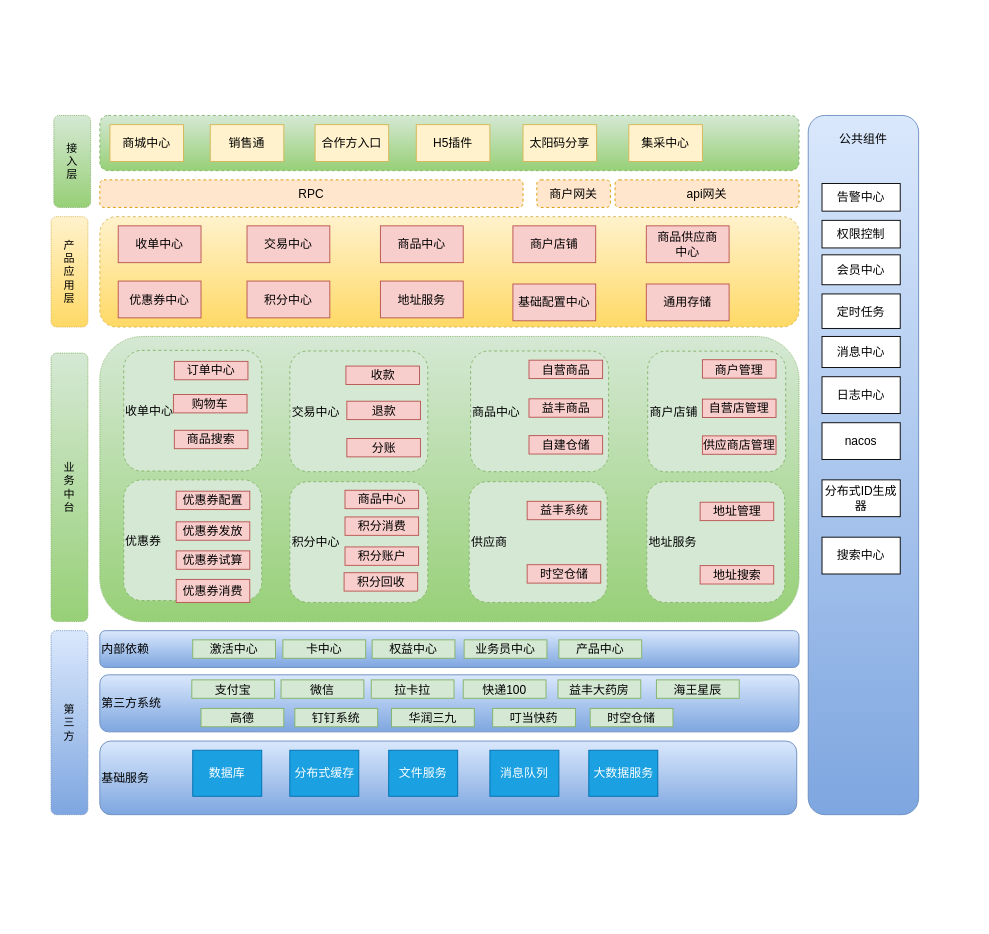
bug254999780/crawler keeps this draw.io diagram as 营销系统架构图.drawio. Above is the earlier version. Source tidied: cells renumbered, new cells numbered last; positions are measured from the earlier drawing's top-left corner, leaving out a move shared by most shapes. Both pictures are drawn from the tidied source at 92%, with x=0, y=0 at pixel (51, 115).
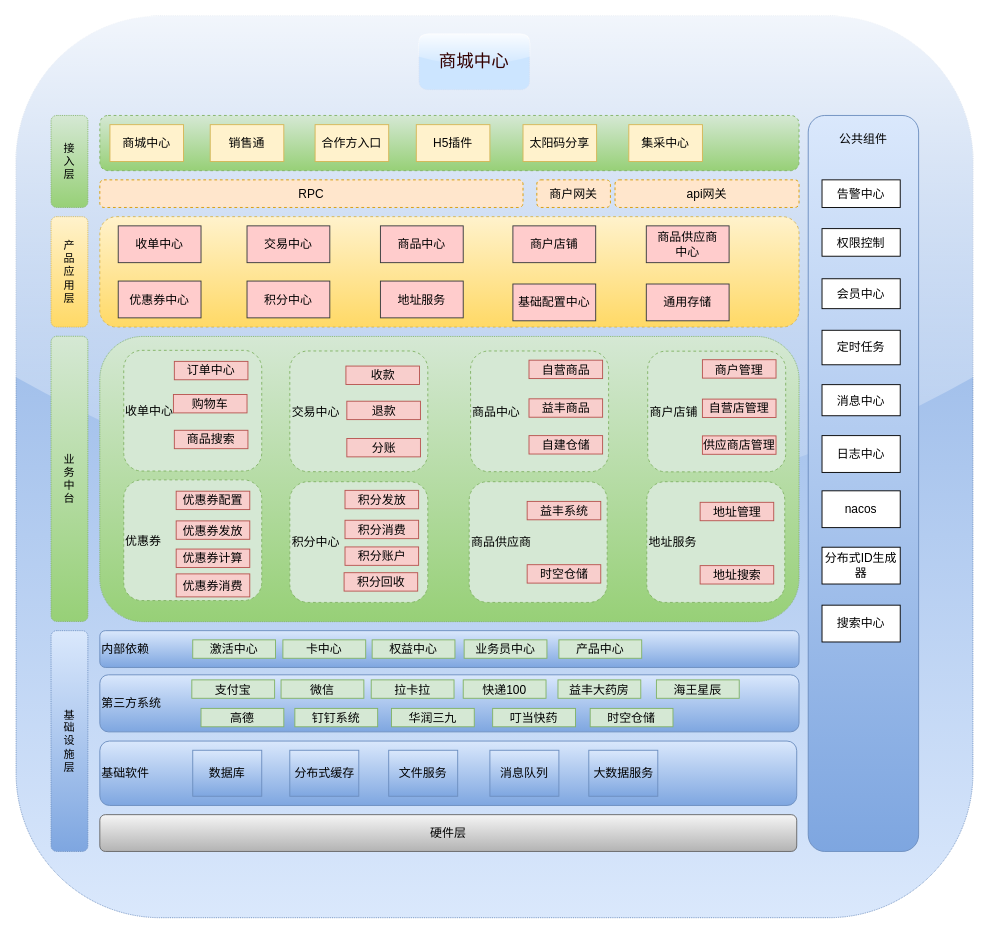
The same page after the edit.

Commit message:
Update 营销系统架构图.drawio

Change to the diagram source:
```diff
@@
+    <mxCell id="95" style="rounded=1;whiteSpace=wrap;html=1;dashed=1;dashPattern=1 1;fillColor=#dae8fc;gradientColor=#7ea6e0;strokeColor=#6c8ebf;gradientDirection=north;glass=1;shadow=0;sketch=0;arcSize=16;" parent="1" vertex="1">
+      <mxGeometry x="-38" y="-108" width="1040" height="980" as="geometry" />
+    </mxCell>
@@
-    <mxCell id="18" value="收单中心" style="rounded=0;whiteSpace=wrap;html=1;fontSize=13;fillColor=#f8cecc;strokeColor=#b85450;" parent="1" vertex="1">
+    <mxCell id="18" value="收单中心" style="rounded=0;whiteSpace=wrap;html=1;fontSize=13;fillColor=#ffcccc;strokeColor=#36393d;" parent="1" vertex="1">
       <mxGeometry x="73" y="120" width="90" height="40" as="geometry" />
     </mxCell>
-    <mxCell id="19" value="商户店铺" style="rounded=0;whiteSpace=wrap;html=1;fontSize=13;fillColor=#f8cecc;strokeColor=#b85450;" parent="1" vertex="1">
+    <mxCell id="19" value="商户店铺" style="rounded=0;whiteSpace=wrap;html=1;fontSize=13;fillColor=#ffcccc;strokeColor=#36393d;" parent="1" vertex="1">
       <mxGeometry x="502" y="120" width="90" height="40" as="geometry" />
     </mxCell>
-    <mxCell id="20" value="商品中心" style="rounded=0;whiteSpace=wrap;html=1;fontSize=13;fillColor=#f8cecc;strokeColor=#b85450;" parent="1" vertex="1">
+    <mxCell id="20" value="商品中心" style="rounded=0;whiteSpace=wrap;html=1;fontSize=13;fillColor=#ffcccc;strokeColor=#36393d;" parent="1" vertex="1">
       <mxGeometry x="358" y="120" width="90" height="40" as="geometry" />
     </mxCell>
@@
     <mxCell id="31" style="rounded=1;whiteSpace=wrap;html=1;fontSize=13;fillColor=#dae8fc;strokeColor=#6c8ebf;gradientColor=#7ea6e0;" parent="1" vertex="1">
-      <mxGeometry x="823" width="120" height="760" as="geometry" />
+      <mxGeometry x="823" width="120" height="800" as="geometry" />
     </mxCell>
@@
     <mxCell id="33" value="告警中心" style="rounded=0;whiteSpace=wrap;html=1;fontSize=13;" parent="1" vertex="1">
-      <mxGeometry x="838" y="74" width="85" height="30" as="geometry" />
+      <mxGeometry x="838" y="70" width="85" height="30" as="geometry" />
     </mxCell>
     <mxCell id="34" value="权限控制" style="rounded=0;whiteSpace=wrap;html=1;fontSize=13;" parent="1" vertex="1">
-      <mxGeometry x="838" y="114" width="85" height="30" as="geometry" />
+      <mxGeometry x="838" y="123" width="85" height="30" as="geometry" />
     </mxCell>
     <mxCell id="35" value="会员中心" style="rounded=0;whiteSpace=wrap;html=1;fontSize=13;" parent="1" vertex="1">
-      <mxGeometry x="838" y="151.5" width="85" height="32.5" as="geometry" />
+      <mxGeometry x="838" y="177.5" width="85" height="32.5" as="geometry" />
     </mxCell>
     <mxCell id="36" value="定时任务" style="rounded=0;whiteSpace=wrap;html=1;fontSize=13;" parent="1" vertex="1">
-      <mxGeometry x="838" y="194" width="85" height="37.5" as="geometry" />
+      <mxGeometry x="838" y="233.5" width="85" height="37.5" as="geometry" />
     </mxCell>
     <mxCell id="37" value="消息中心" style="rounded=0;whiteSpace=wrap;html=1;fontSize=13;" parent="1" vertex="1">
-      <mxGeometry x="838" y="240.2" width="85" height="33.8" as="geometry" />
+      <mxGeometry x="838" y="292.6" width="85" height="33.8" as="geometry" />
     </mxCell>
     <mxCell id="38" value="日志中心" style="rounded=0;whiteSpace=wrap;html=1;fontSize=13;" parent="1" vertex="1">
-      <mxGeometry x="838" y="284" width="85" height="40" as="geometry" />
+      <mxGeometry x="838" y="348" width="85" height="40" as="geometry" />
     </mxCell>
     <mxCell id="39" value="nacos" style="rounded=0;whiteSpace=wrap;html=1;fontSize=13;" parent="1" vertex="1">
-      <mxGeometry x="838" y="334" width="85" height="40" as="geometry" />
+      <mxGeometry x="838" y="408" width="85" height="40" as="geometry" />
     </mxCell>
-    <mxCell id="40" value="交易中心" style="rounded=0;whiteSpace=wrap;html=1;fontSize=13;fillColor=#f8cecc;strokeColor=#b85450;" parent="1" vertex="1">
+    <mxCell id="40" value="交易中心" style="rounded=0;whiteSpace=wrap;html=1;fontSize=13;fillColor=#ffcccc;strokeColor=#36393d;" parent="1" vertex="1">
       <mxGeometry x="213" y="120" width="90" height="40" as="geometry" />
     </mxCell>
-    <mxCell id="41" value="优惠券中心" style="rounded=0;whiteSpace=wrap;html=1;fontSize=13;fillColor=#f8cecc;strokeColor=#b85450;" parent="1" vertex="1">
+    <mxCell id="41" value="优惠券中心" style="rounded=0;whiteSpace=wrap;html=1;fontSize=13;fillColor=#ffcccc;strokeColor=#36393d;" parent="1" vertex="1">
       <mxGeometry x="73" y="180" width="90" height="40" as="geometry" />
     </mxCell>
-    <mxCell id="42" value="积分中心" style="rounded=0;whiteSpace=wrap;html=1;fontSize=13;fillColor=#f8cecc;strokeColor=#b85450;" parent="1" vertex="1">
+    <mxCell id="42" value="积分中心" style="rounded=0;whiteSpace=wrap;html=1;fontSize=13;fillColor=#ffcccc;strokeColor=#36393d;" parent="1" vertex="1">
       <mxGeometry x="213" y="180" width="90" height="40" as="geometry" />
     </mxCell>
-    <mxCell id="43" value="商品供应商&lt;br&gt;中心" style="rounded=0;whiteSpace=wrap;html=1;fontSize=13;fillColor=#f8cecc;strokeColor=#b85450;" parent="1" vertex="1">
+    <mxCell id="43" value="商品供应商&lt;br&gt;中心" style="rounded=0;whiteSpace=wrap;html=1;fontSize=13;fillColor=#ffcccc;strokeColor=#36393d;" parent="1" vertex="1">
       <mxGeometry x="647" y="120" width="90" height="40" as="geometry" />
     </mxCell>
-    <mxCell id="44" value="地址服务" style="rounded=0;whiteSpace=wrap;html=1;fontSize=13;fillColor=#f8cecc;strokeColor=#b85450;" parent="1" vertex="1">
+    <mxCell id="44" value="地址服务" style="rounded=0;whiteSpace=wrap;html=1;fontSize=13;fillColor=#ffcccc;strokeColor=#36393d;" parent="1" vertex="1">
       <mxGeometry x="358" y="180" width="90" height="40" as="geometry" />
     </mxCell>
@@
     <mxCell id="51" value="优惠券发放" style="rounded=0;whiteSpace=wrap;html=1;fontSize=13;fillColor=#f8cecc;strokeColor=#b85450;" parent="1" vertex="1">
-      <mxGeometry x="136" y="441.7" width="80" height="20" as="geometry" />
+      <mxGeometry x="136" y="440.7" width="80" height="20" as="geometry" />
     </mxCell>
     <mxCell id="52" value="优惠券消费" style="rounded=0;whiteSpace=wrap;html=1;fontSize=13;fillColor=#f8cecc;strokeColor=#b85450;" parent="1" vertex="1">
-      <mxGeometry x="136" y="504.3" width="80" height="25" as="geometry" />
+      <mxGeometry x="136" y="498.3" width="80" height="25" as="geometry" />
     </mxCell>
     <mxCell id="53" value="积分消费" style="rounded=0;whiteSpace=wrap;html=1;fontSize=13;fillColor=#f8cecc;strokeColor=#b85450;" parent="1" vertex="1">
-      <mxGeometry x="319.5" y="436.4" width="80" height="20" as="geometry" />
+      <mxGeometry x="319.5" y="440" width="80" height="20" as="geometry" />
     </mxCell>
@@
-    <mxCell id="55" value="优惠券试算" style="rounded=0;whiteSpace=wrap;html=1;fontSize=13;fillColor=#f8cecc;strokeColor=#b85450;" parent="1" vertex="1">
-      <mxGeometry x="136" y="473.3" width="80" height="20" as="geometry" />
+    <mxCell id="55" value="优惠券计算" style="rounded=0;whiteSpace=wrap;html=1;fontSize=13;fillColor=#f8cecc;strokeColor=#b85450;" parent="1" vertex="1">
+      <mxGeometry x="136" y="471.3" width="80" height="20" as="geometry" />
     </mxCell>
@@
-    <mxCell id="58" value="供应商" style="rounded=1;whiteSpace=wrap;html=1;fontSize=13;align=left;fillColor=#d5e8d4;strokeColor=#82b366;dashed=1;" parent="1" vertex="1">
+    <mxCell id="58" value="商品供应商" style="rounded=1;whiteSpace=wrap;html=1;fontSize=13;align=left;fillColor=#d5e8d4;strokeColor=#82b366;dashed=1;" parent="1" vertex="1">
       <mxGeometry x="454.5" y="398.1" width="150" height="131.2" as="geometry" />
     </mxCell>
     <mxCell id="59" value="益丰系统" style="rounded=0;whiteSpace=wrap;html=1;fontSize=13;fillColor=#f8cecc;strokeColor=#b85450;" parent="1" vertex="1">
-      <mxGeometry x="517.5" y="419.4" width="80" height="20" as="geometry" />
+      <mxGeometry x="517.5" y="419.5" width="80" height="20" as="geometry" />
     </mxCell>
@@
-    <mxCell id="61" value="基础配置中心" style="rounded=0;whiteSpace=wrap;html=1;fontSize=13;fillColor=#f8cecc;strokeColor=#b85450;" parent="1" vertex="1">
+    <mxCell id="61" value="基础配置中心" style="rounded=0;whiteSpace=wrap;html=1;fontSize=13;fillColor=#ffcccc;strokeColor=#36393d;" parent="1" vertex="1">
       <mxGeometry x="502" y="183.2" width="90" height="40" as="geometry" />
     </mxCell>
-    <mxCell id="62" value="通用存储" style="rounded=0;whiteSpace=wrap;html=1;fontSize=13;fillColor=#f8cecc;strokeColor=#b85450;" parent="1" vertex="1">
+    <mxCell id="62" value="通用存储" style="rounded=0;whiteSpace=wrap;html=1;fontSize=13;fillColor=#ffcccc;strokeColor=#36393d;" parent="1" vertex="1">
       <mxGeometry x="647" y="183.2" width="90" height="40" as="geometry" />
     </mxCell>
@@
     <mxCell id="64" value="地址管理" style="rounded=0;whiteSpace=wrap;html=1;fontSize=13;fillColor=#f8cecc;strokeColor=#b85450;" parent="1" vertex="1">
-      <mxGeometry x="705.5" y="420.4" width="80" height="20" as="geometry" />
+      <mxGeometry x="705.5" y="420.5" width="80" height="20" as="geometry" />
     </mxCell>
@@
-    <mxCell id="81" value="基础服务" style="rounded=1;whiteSpace=wrap;html=1;fontSize=13;align=left;fillColor=#dae8fc;strokeColor=#6c8ebf;gradientColor=#7ea6e0;" parent="1" vertex="1">
-      <mxGeometry x="53" y="680" width="757.5" height="80" as="geometry" />
+    <mxCell id="81" value="基础软件" style="rounded=1;whiteSpace=wrap;html=1;fontSize=13;align=left;fillColor=#dae8fc;strokeColor=#6c8ebf;gradientColor=#7ea6e0;" parent="1" vertex="1">
+      <mxGeometry x="53" y="680" width="757.5" height="70" as="geometry" />
     </mxCell>
-    <mxCell id="82" value="数据库" style="rounded=0;whiteSpace=wrap;html=1;fontSize=13;fillColor=#1ba1e2;strokeColor=#006EAF;fontColor=#ffffff;" parent="1" vertex="1">
+    <mxCell id="82" value="数据库" style="rounded=0;whiteSpace=wrap;html=1;fontSize=13;fillColor=#dae8fc;gradientColor=#7ea6e0;strokeColor=#6c8ebf;" parent="1" vertex="1">
       <mxGeometry x="154" y="690" width="75" height="50" as="geometry" />
     </mxCell>
-    <mxCell id="83" value="分布式缓存" style="rounded=0;whiteSpace=wrap;html=1;fontSize=13;fillColor=#1ba1e2;strokeColor=#006EAF;fontColor=#ffffff;" parent="1" vertex="1">
+    <mxCell id="83" value="分布式缓存" style="rounded=0;whiteSpace=wrap;html=1;fontSize=13;fillColor=#dae8fc;gradientColor=#7ea6e0;strokeColor=#6c8ebf;" parent="1" vertex="1">
       <mxGeometry x="259.5" y="690" width="75" height="50" as="geometry" />
     </mxCell>
-    <mxCell id="84" value="文件服务" style="rounded=0;whiteSpace=wrap;html=1;fontSize=13;fillColor=#1ba1e2;strokeColor=#006EAF;fontColor=#ffffff;" parent="1" vertex="1">
+    <mxCell id="84" value="文件服务" style="rounded=0;whiteSpace=wrap;html=1;fontSize=13;fillColor=#dae8fc;gradientColor=#7ea6e0;strokeColor=#6c8ebf;" parent="1" vertex="1">
       <mxGeometry x="367" y="690" width="75" height="50" as="geometry" />
     </mxCell>
-    <mxCell id="85" value="消息队列" style="rounded=0;whiteSpace=wrap;html=1;fontSize=13;fillColor=#1ba1e2;strokeColor=#006EAF;fontColor=#ffffff;" parent="1" vertex="1">
+    <mxCell id="85" value="消息队列" style="rounded=0;whiteSpace=wrap;html=1;fontSize=13;fillColor=#dae8fc;gradientColor=#7ea6e0;strokeColor=#6c8ebf;" parent="1" vertex="1">
       <mxGeometry x="477" y="690" width="75" height="50" as="geometry" />
     </mxCell>
     <mxCell id="86" value="分布式ID生成器" style="rounded=0;whiteSpace=wrap;html=1;fontSize=13;" parent="1" vertex="1">
-      <mxGeometry x="838" y="396.1" width="85" height="40" as="geometry" />
+      <mxGeometry x="838" y="469.3" width="85" height="40" as="geometry" />
     </mxCell>
-    <mxCell id="87" value="大数据服务" style="rounded=0;whiteSpace=wrap;html=1;fontSize=13;fillColor=#1ba1e2;strokeColor=#006EAF;fontColor=#ffffff;" parent="1" vertex="1">
+    <mxCell id="87" value="大数据服务" style="rounded=0;whiteSpace=wrap;html=1;fontSize=13;fillColor=#dae8fc;gradientColor=#7ea6e0;strokeColor=#6c8ebf;" parent="1" vertex="1">
       <mxGeometry x="584.5" y="690" width="75" height="50" as="geometry" />
     </mxCell>
     <mxCell id="88" value="搜索中心" style="rounded=0;whiteSpace=wrap;html=1;fontSize=13;" parent="1" vertex="1">
-      <mxGeometry x="838" y="458.4" width="85" height="40" as="geometry" />
+      <mxGeometry x="838" y="532.3" width="85" height="40" as="geometry" />
     </mxCell>
@@
-    <mxCell id="90" value="商品中心" style="rounded=0;whiteSpace=wrap;html=1;fontSize=13;fillColor=#f8cecc;strokeColor=#b85450;" parent="1" vertex="1">
-      <mxGeometry x="319.5" y="407.4" width="80" height="20" as="geometry" />
+    <mxCell id="90" value="积分发放" style="rounded=0;whiteSpace=wrap;html=1;fontSize=13;fillColor=#f8cecc;strokeColor=#b85450;" parent="1" vertex="1">
+      <mxGeometry x="319.5" y="407.5" width="80" height="20" as="geometry" />
     </mxCell>
     <mxCell id="91" value="接&lt;br&gt;入&lt;br&gt;层" style="rounded=1;whiteSpace=wrap;html=1;dashed=1;dashPattern=1 1;fillColor=#d5e8d4;strokeColor=#82b366;gradientColor=#97d077;" parent="1" vertex="1">
-      <mxGeometry x="3" width="40" height="100" as="geometry" />
+      <mxGeometry width="40" height="100" as="geometry" />
     </mxCell>
@@
     <mxCell id="93" value="业&lt;br&gt;务&lt;br&gt;中&lt;br&gt;台" style="rounded=1;whiteSpace=wrap;html=1;dashed=1;dashPattern=1 1;fillColor=#d5e8d4;strokeColor=#82b366;gradientColor=#97d077;" parent="1" vertex="1">
-      <mxGeometry y="258.3" width="40" height="291.7" as="geometry" />
+      <mxGeometry y="240" width="40" height="310" as="geometry" />
     </mxCell>
-    <mxCell id="94" value="第&lt;br&gt;三&lt;br&gt;方" style="rounded=1;whiteSpace=wrap;html=1;dashed=1;dashPattern=1 1;fillColor=#dae8fc;strokeColor=#6c8ebf;gradientColor=#7ea6e0;" parent="1" vertex="1">
-      <mxGeometry y="560" width="40" height="200" as="geometry" />
+    <mxCell id="94" value="基&lt;br&gt;础&lt;br&gt;设&lt;br&gt;施&lt;br&gt;层" style="rounded=1;whiteSpace=wrap;html=1;dashed=1;dashPattern=1 1;fillColor=#dae8fc;strokeColor=#6c8ebf;gradientColor=#7ea6e0;" parent="1" vertex="1">
+      <mxGeometry y="560" width="40" height="240" as="geometry" />
     </mxCell>
+    <mxCell id="96" value="硬件层" style="rounded=1;whiteSpace=wrap;html=1;fontSize=13;align=center;fillColor=#f5f5f5;strokeColor=#666666;gradientColor=#b3b3b3;" parent="1" vertex="1">
+      <mxGeometry x="53" y="760" width="757.5" height="40" as="geometry" />
+    </mxCell>
+    <mxCell id="97" value="&lt;font color=&quot;#330000&quot;&gt;商城中心&lt;/font&gt;" style="rounded=1;whiteSpace=wrap;html=1;shadow=0;glass=1;dashed=1;dashPattern=1 1;sketch=0;fontSize=19;fillColor=#CCE5FF;gradientDirection=north;strokeColor=#D4E1F5;fontColor=#ffffff;" parent="1" vertex="1">
+      <mxGeometry x="400" y="-88" width="120" height="60" as="geometry" />
+    </mxCell>
```
